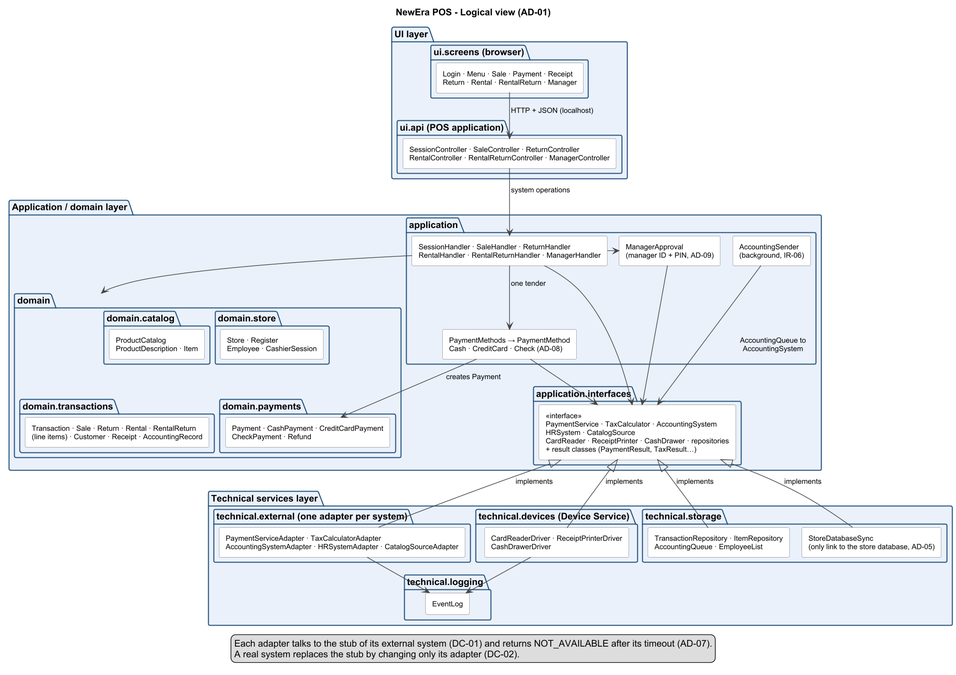
Before: assets/architecture_logical.png, a diagram exported from PlantUML (bhsei/26D).
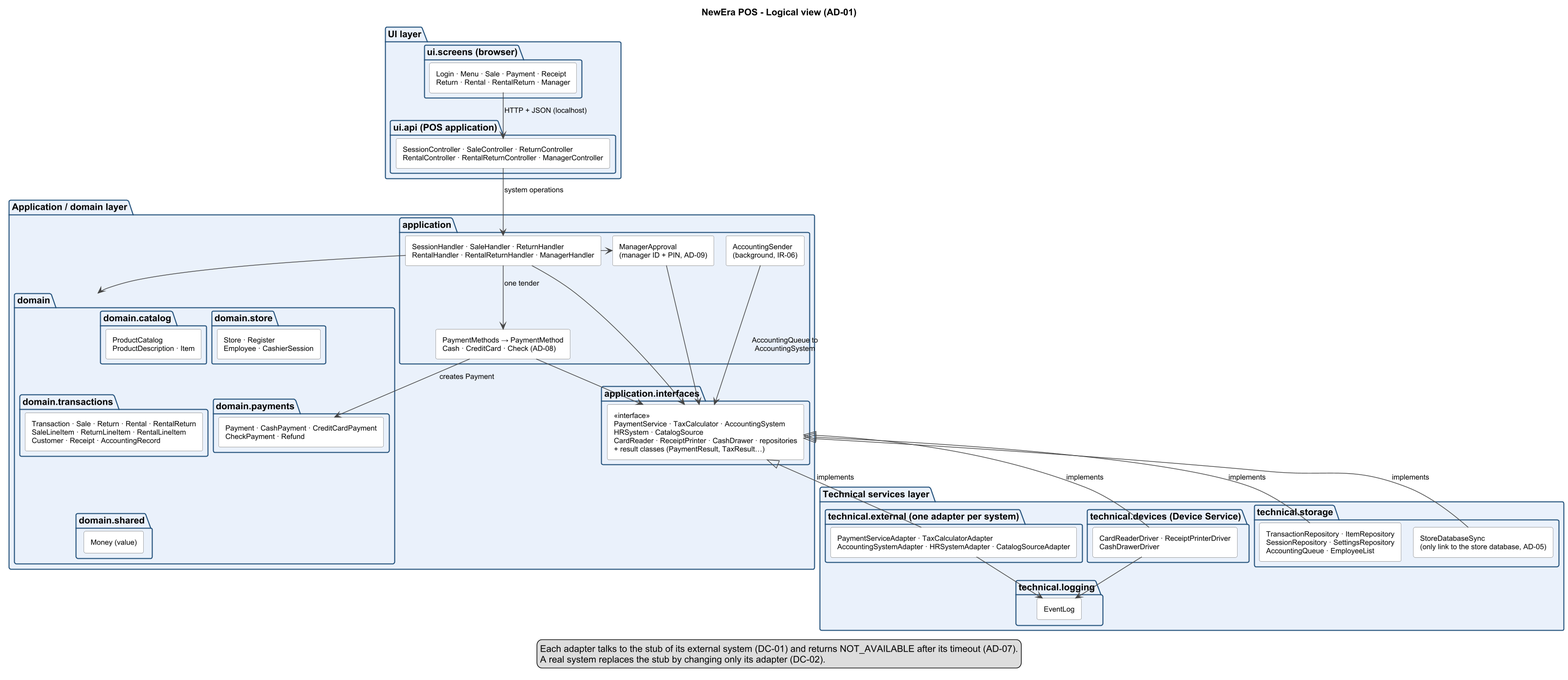
After the commit.

Commit message:
W11 - Logical diagram image; rendered from the PlantUML source

The edit, as a diff of the source:
```diff
@@ -45,10 +45,13 @@
       rectangle "ProductCatalog\nProductDescription · Item" as DCatalog
     }
     package "domain.transactions" as dtrans {
-      rectangle "Transaction · Sale · Return · Rental · RentalReturn\n(line items) · Customer · Receipt · AccountingRecord" as DTrans
+      rectangle "Transaction · Sale · Return · Rental · RentalReturn\nSaleLineItem · ReturnLineItem · RentalLineItem\nCustomer · Receipt · AccountingRecord" as DTrans
     }
     package "domain.payments" as dpay {
       rectangle "Payment · CashPayment · CreditCardPayment\nCheckPayment · Refund" as DPay
+    }
+    package "domain.shared" as dshared {
+      rectangle "Money (value)" as DShared
     }
   }
 }
@@ -61,7 +64,7 @@
     rectangle "CardReaderDriver · ReceiptPrinterDriver\nCashDrawerDriver" as Drivers
   }
   package "technical.storage" as storage {
-    rectangle "TransactionRepository · ItemRepository\nAccountingQueue · EmployeeList" as Repos
+    rectangle "TransactionRepository · ItemRepository\nSessionRepository · SettingsRepository\nAccountingQueue · EmployeeList" as Repos
     rectangle "StoreDatabaseSync\n(only link to the store database, AD-05)" as Sync
   }
   package "technical.logging" as logging {
@@ -82,6 +85,7 @@
 DStore -[hidden]right- DCatalog
 DTrans -[hidden]right- DPay
 DStore -[hidden]down- DTrans
+DTrans -[hidden]down- DShared
 Repos -[hidden]right- Sync
 Adapters -up-|> Interfaces : implements
 Drivers -up-|> Interfaces : implements
```
